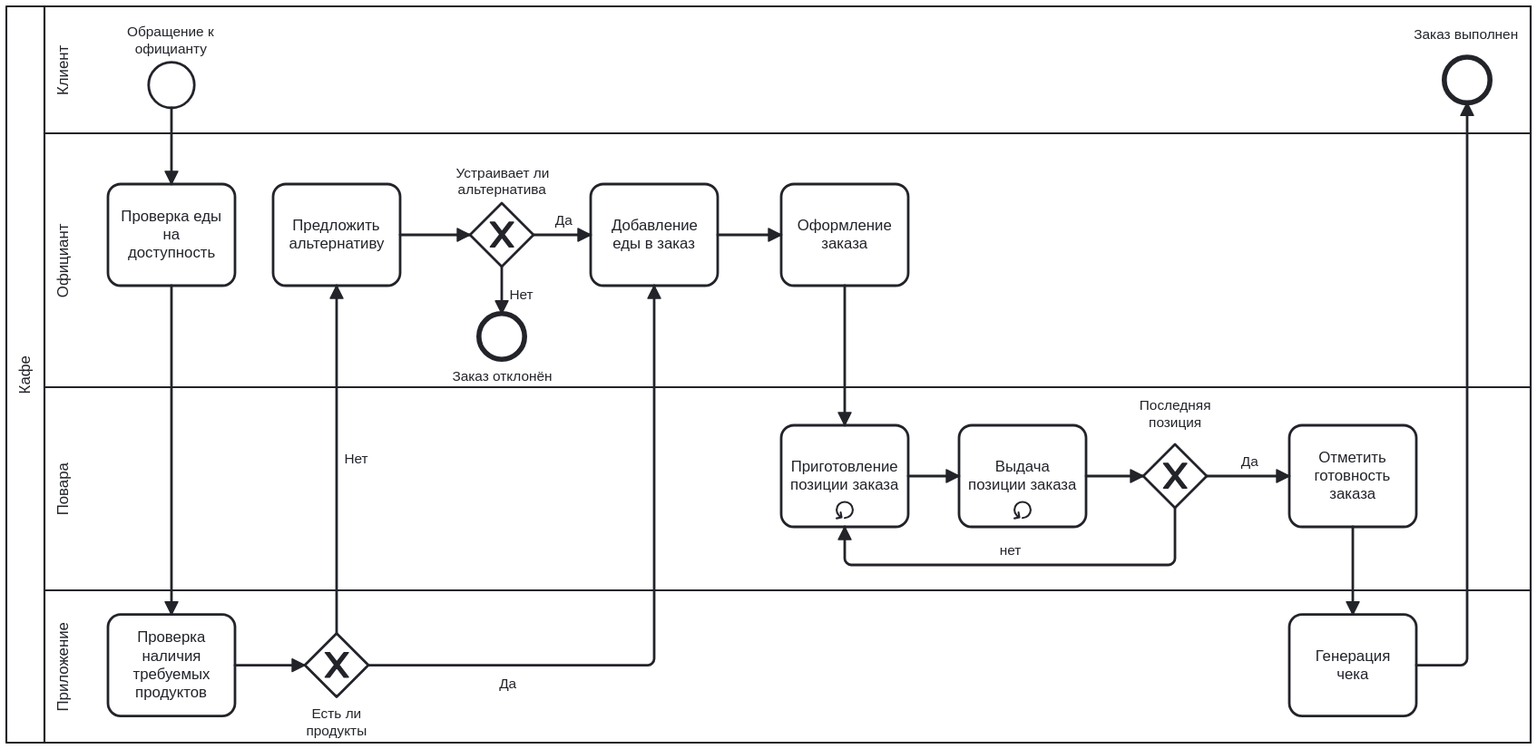
This is PKSystem LR1/diagram.svg from SamsykaR/College, a BPMN export, as it was before one commit. Its source is kept beside it as PKSystem LR1/diagram.bpmn. Ids are renumbered.
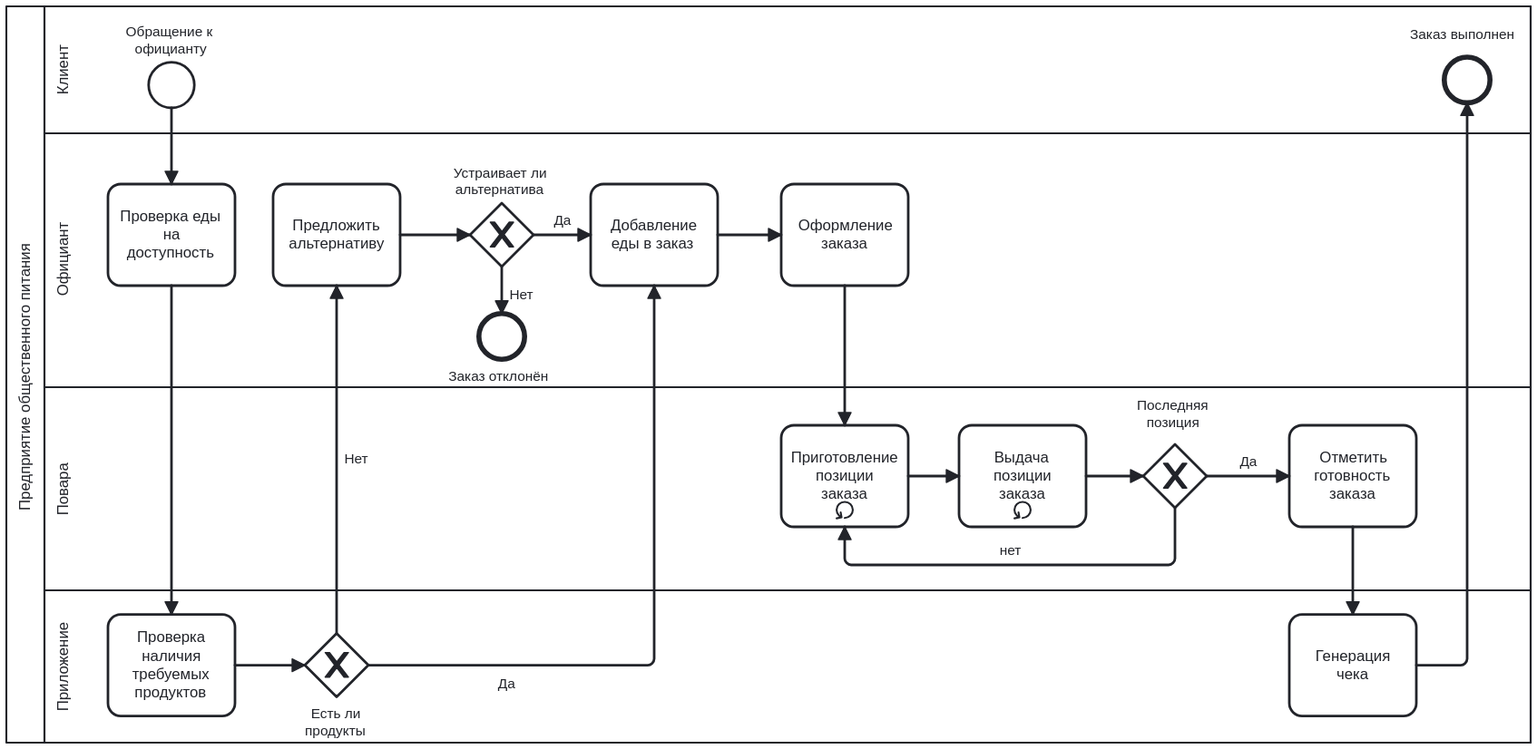
Later version of the same file.

What changed in the source:
```diff
@@ -1,6 +1,6 @@
 <bpmn:definitions xmlns:xsi="http://www.w3.org/2001/XMLSchema-instance" xmlns:bpmn="http://www.omg.org/spec/BPMN/20100524/MODEL" xmlns:bpmndi="http://www.omg.org/spec/BPMN/20100524/DI" xmlns:dc="http://www.omg.org/spec/DD/20100524/DC" xmlns:di="http://www.omg.org/spec/DD/20100524/DI" id="Definitions_n1" targetNamespace="http://bpmn.io/schema/bpmn" exporter="bpmn-js (https://demo.bpmn.io)" exporterVersion="18.6.1">
   <bpmn:collaboration id="Collaboration_n2">
-    <bpmn:participant id="Participant_n3" name="Кафе" processRef="Process_n4" />
+    <bpmn:participant id="Participant_n3" name="Предприятие общественного питания" processRef="Process_n4" />
   </bpmn:collaboration>
   <bpmn:process id="Process_n4">
     <bpmn:laneSet id="LaneSet_n5">
@@ -115,20 +115,20 @@
         <dc:Bounds x="160" y="80" width="1200" height="580" />
         <bpmndi:BPMNLabel />
       </bpmndi:BPMNShape>
-      <bpmndi:BPMNShape id="Lane_n6_di" bpmnElement="Lane_n6" isHorizontal="true">
-        <dc:Bounds x="190" y="540" width="1170" height="120" />
+      <bpmndi:BPMNShape id="Lane_n22_di" bpmnElement="Lane_n22" isHorizontal="true">
+        <dc:Bounds x="190" y="80" width="1170" height="100" />
+        <bpmndi:BPMNLabel />
+      </bpmndi:BPMNShape>
+      <bpmndi:BPMNShape id="Lane_n15_di" bpmnElement="Lane_n15" isHorizontal="true">
+        <dc:Bounds x="190" y="180" width="1170" height="200" />
         <bpmndi:BPMNLabel />
       </bpmndi:BPMNShape>
       <bpmndi:BPMNShape id="Lane_n10_di" bpmnElement="Lane_n10" isHorizontal="true">
         <dc:Bounds x="190" y="380" width="1170" height="160" />
         <bpmndi:BPMNLabel />
       </bpmndi:BPMNShape>
-      <bpmndi:BPMNShape id="Lane_n15_di" bpmnElement="Lane_n15" isHorizontal="true">
-        <dc:Bounds x="190" y="180" width="1170" height="200" />
-        <bpmndi:BPMNLabel />
-      </bpmndi:BPMNShape>
-      <bpmndi:BPMNShape id="Lane_n22_di" bpmnElement="Lane_n22" isHorizontal="true">
-        <dc:Bounds x="190" y="80" width="1170" height="100" />
+      <bpmndi:BPMNShape id="Lane_n6_di" bpmnElement="Lane_n6" isHorizontal="true">
+        <dc:Bounds x="190" y="540" width="1170" height="120" />
         <bpmndi:BPMNLabel />
       </bpmndi:BPMNShape>
       <bpmndi:BPMNShape id="Activity_n16_di" bpmnElement="Activity_n16">
@@ -207,64 +207,15 @@
         <di:waypoint x="290" y="160" />
         <di:waypoint x="290" y="220" />
       </bpmndi:BPMNEdge>
-      <bpmndi:BPMNEdge id="Flow_n32_di" bpmnElement="Flow_n32">
-        <di:waypoint x="720" y="260" />
-        <di:waypoint x="770" y="260" />
-      </bpmndi:BPMNEdge>
-      <bpmndi:BPMNEdge id="Flow_n33_di" bpmnElement="Flow_n33">
-        <di:waypoint x="820" y="300" />
-        <di:waypoint x="820" y="410" />
-      </bpmndi:BPMNEdge>
-      <bpmndi:BPMNEdge id="Flow_n35_di" bpmnElement="Flow_n35">
-        <di:waypoint x="870" y="450" />
-        <di:waypoint x="910" y="450" />
-      </bpmndi:BPMNEdge>
-      <bpmndi:BPMNEdge id="Flow_n36_di" bpmnElement="Flow_n36">
-        <di:waypoint x="1010" y="450" />
-        <di:waypoint x="1055" y="450" />
-      </bpmndi:BPMNEdge>
-      <bpmndi:BPMNEdge id="Flow_n34_di" bpmnElement="Flow_n34">
-        <di:waypoint x="1080" y="475" />
-        <di:waypoint x="1080" y="520" />
-        <di:waypoint x="820" y="520" />
-        <di:waypoint x="820" y="490" />
-        <bpmndi:BPMNLabel>
-          <dc:Bounds x="942" y="502" width="18" height="14" />
-        </bpmndi:BPMNLabel>
-      </bpmndi:BPMNEdge>
-      <bpmndi:BPMNEdge id="Flow_n37_di" bpmnElement="Flow_n37">
-        <di:waypoint x="1105" y="450" />
-        <di:waypoint x="1170" y="450" />
-        <bpmndi:BPMNLabel>
-          <dc:Bounds x="1132" y="432" width="13" height="14" />
-        </bpmndi:BPMNLabel>
-      </bpmndi:BPMNEdge>
-      <bpmndi:BPMNEdge id="Flow_n39_di" bpmnElement="Flow_n39">
-        <di:waypoint x="1270" y="599" />
-        <di:waypoint x="1310" y="599" />
-        <di:waypoint x="1310" y="156" />
-      </bpmndi:BPMNEdge>
       <bpmndi:BPMNEdge id="Flow_n26_di" bpmnElement="Flow_n26">
         <di:waypoint x="290" y="300" />
         <di:waypoint x="290" y="559" />
-      </bpmndi:BPMNEdge>
-      <bpmndi:BPMNEdge id="Flow_n40_di" bpmnElement="Flow_n40">
-        <di:waypoint x="340" y="599" />
-        <di:waypoint x="395" y="599" />
       </bpmndi:BPMNEdge>
       <bpmndi:BPMNEdge id="Flow_n27_di" bpmnElement="Flow_n27">
         <di:waypoint x="420" y="574" />
         <di:waypoint x="420" y="300" />
         <bpmndi:BPMNLabel>
           <dc:Bounds x="426" y="430" width="20" height="14" />
-        </bpmndi:BPMNLabel>
-      </bpmndi:BPMNEdge>
-      <bpmndi:BPMNEdge id="Flow_n31_di" bpmnElement="Flow_n31">
-        <di:waypoint x="445" y="599" />
-        <di:waypoint x="670" y="599" />
-        <di:waypoint x="670" y="300" />
-        <bpmndi:BPMNLabel>
-          <dc:Bounds x="548" y="607" width="13" height="14" />
         </bpmndi:BPMNLabel>
       </bpmndi:BPMNEdge>
       <bpmndi:BPMNEdge id="Flow_n28_di" bpmnElement="Flow_n28">
@@ -285,10 +236,59 @@
           <dc:Bounds x="556" y="301" width="20" height="14" />
         </bpmndi:BPMNLabel>
       </bpmndi:BPMNEdge>
+      <bpmndi:BPMNEdge id="Flow_n31_di" bpmnElement="Flow_n31">
+        <di:waypoint x="445" y="599" />
+        <di:waypoint x="670" y="599" />
+        <di:waypoint x="670" y="300" />
+        <bpmndi:BPMNLabel>
+          <dc:Bounds x="548" y="607" width="13" height="14" />
+        </bpmndi:BPMNLabel>
+      </bpmndi:BPMNEdge>
+      <bpmndi:BPMNEdge id="Flow_n32_di" bpmnElement="Flow_n32">
+        <di:waypoint x="720" y="260" />
+        <di:waypoint x="770" y="260" />
+      </bpmndi:BPMNEdge>
+      <bpmndi:BPMNEdge id="Flow_n33_di" bpmnElement="Flow_n33">
+        <di:waypoint x="820" y="300" />
+        <di:waypoint x="820" y="410" />
+      </bpmndi:BPMNEdge>
+      <bpmndi:BPMNEdge id="Flow_n34_di" bpmnElement="Flow_n34">
+        <di:waypoint x="1080" y="475" />
+        <di:waypoint x="1080" y="520" />
+        <di:waypoint x="820" y="520" />
+        <di:waypoint x="820" y="490" />
+        <bpmndi:BPMNLabel>
+          <dc:Bounds x="942" y="502" width="18" height="14" />
+        </bpmndi:BPMNLabel>
+      </bpmndi:BPMNEdge>
+      <bpmndi:BPMNEdge id="Flow_n35_di" bpmnElement="Flow_n35">
+        <di:waypoint x="870" y="450" />
+        <di:waypoint x="910" y="450" />
+      </bpmndi:BPMNEdge>
+      <bpmndi:BPMNEdge id="Flow_n36_di" bpmnElement="Flow_n36">
+        <di:waypoint x="1010" y="450" />
+        <di:waypoint x="1055" y="450" />
+      </bpmndi:BPMNEdge>
+      <bpmndi:BPMNEdge id="Flow_n37_di" bpmnElement="Flow_n37">
+        <di:waypoint x="1105" y="450" />
+        <di:waypoint x="1170" y="450" />
+        <bpmndi:BPMNLabel>
+          <dc:Bounds x="1132" y="432" width="13" height="14" />
+        </bpmndi:BPMNLabel>
+      </bpmndi:BPMNEdge>
       <bpmndi:BPMNEdge id="Flow_n38_di" bpmnElement="Flow_n38">
         <di:waypoint x="1220" y="490" />
         <di:waypoint x="1220" y="559" />
       </bpmndi:BPMNEdge>
+      <bpmndi:BPMNEdge id="Flow_n39_di" bpmnElement="Flow_n39">
+        <di:waypoint x="1270" y="599" />
+        <di:waypoint x="1310" y="599" />
+        <di:waypoint x="1310" y="156" />
+      </bpmndi:BPMNEdge>
+      <bpmndi:BPMNEdge id="Flow_n40_di" bpmnElement="Flow_n40">
+        <di:waypoint x="340" y="599" />
+        <di:waypoint x="395" y="599" />
+      </bpmndi:BPMNEdge>
     </bpmndi:BPMNPlane>
   </bpmndi:BPMNDiagram>
 </bpmn:definitions>
```
